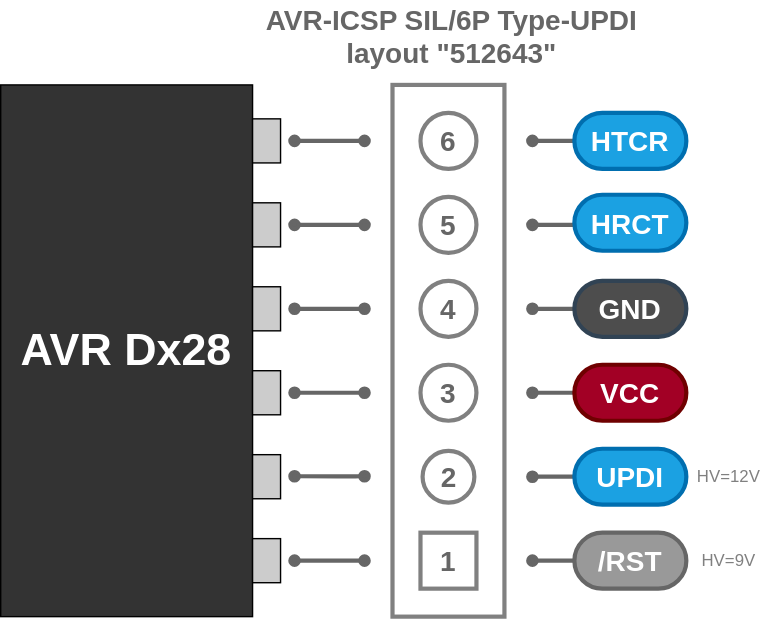
The draw.io diagram svg/AVR-ICSP-S6P-UPDI-512643.drawio.svg in askn37/askn37.github.io, before a commit. Source tidied: cells renumbered, new cells last; positions are measured from the earlier drawing's top-left corner, leaving out a move shared by most shapes.
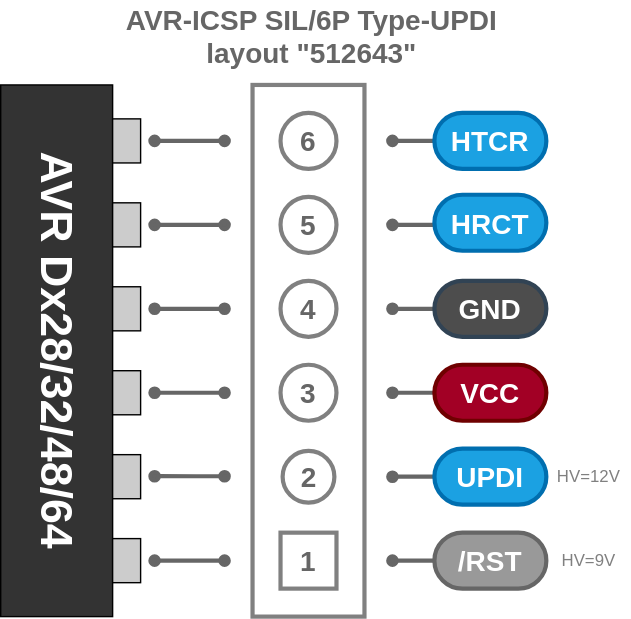
After the change.

Change to the diagram source:
```diff
@@ -65,8 +65,8 @@
         <mxPoint x="380" y="340" as="targetPoint" />
       </mxGeometry>
     </mxCell>
-    <mxCell id="17" value="AVR Dx28" style="rounded=1;whiteSpace=wrap;html=1;fillColor=#333333;fontColor=#FFFFFF;fontStyle=1;fontSize=32;arcSize=0;" parent="1" vertex="1">
-      <mxGeometry y="60" width="180" height="380" as="geometry" />
+    <mxCell id="17" value="AVR Dx28/32/48/64" style="rounded=1;whiteSpace=wrap;html=1;fillColor=#333333;fontColor=#FFFFFF;fontStyle=1;fontSize=32;arcSize=0;direction=south;rotation=90;" parent="1" vertex="1">
+      <mxGeometry x="-50" y="210" width="380" height="80" as="geometry" />
     </mxCell>
     <mxCell id="18" style="rounded=0;whiteSpace=wrap;html=1;fontSize=32;fontColor=#FFFFFF;fillColor=#CCCCCC;" parent="1" vertex="1">
       <mxGeometry x="180" y="144.2" width="20" height="31.5" as="geometry" />
```
